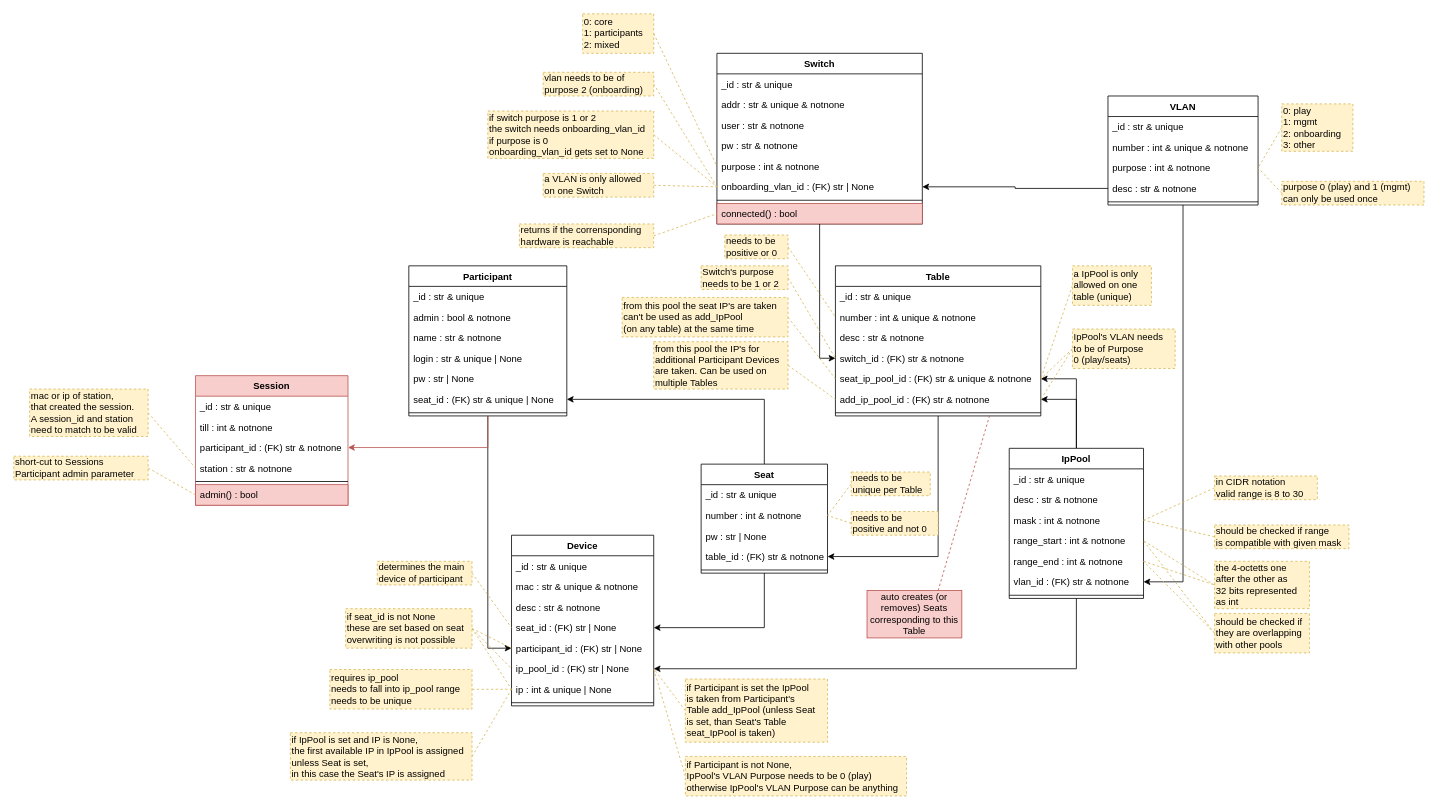
nils-ost/LanPartyOnboardingSystem keeps this draw.io diagram as docs/elements_classes.drawio. Above is the earlier version. Source tidied: cells renumbered, new cells numbered last; positions are measured from the earlier drawing's top-left corner, leaving out a move shared by most shapes. Both pictures are drawn from the tidied source at 79%, with x=0, y=0 at pixel (13, 13).
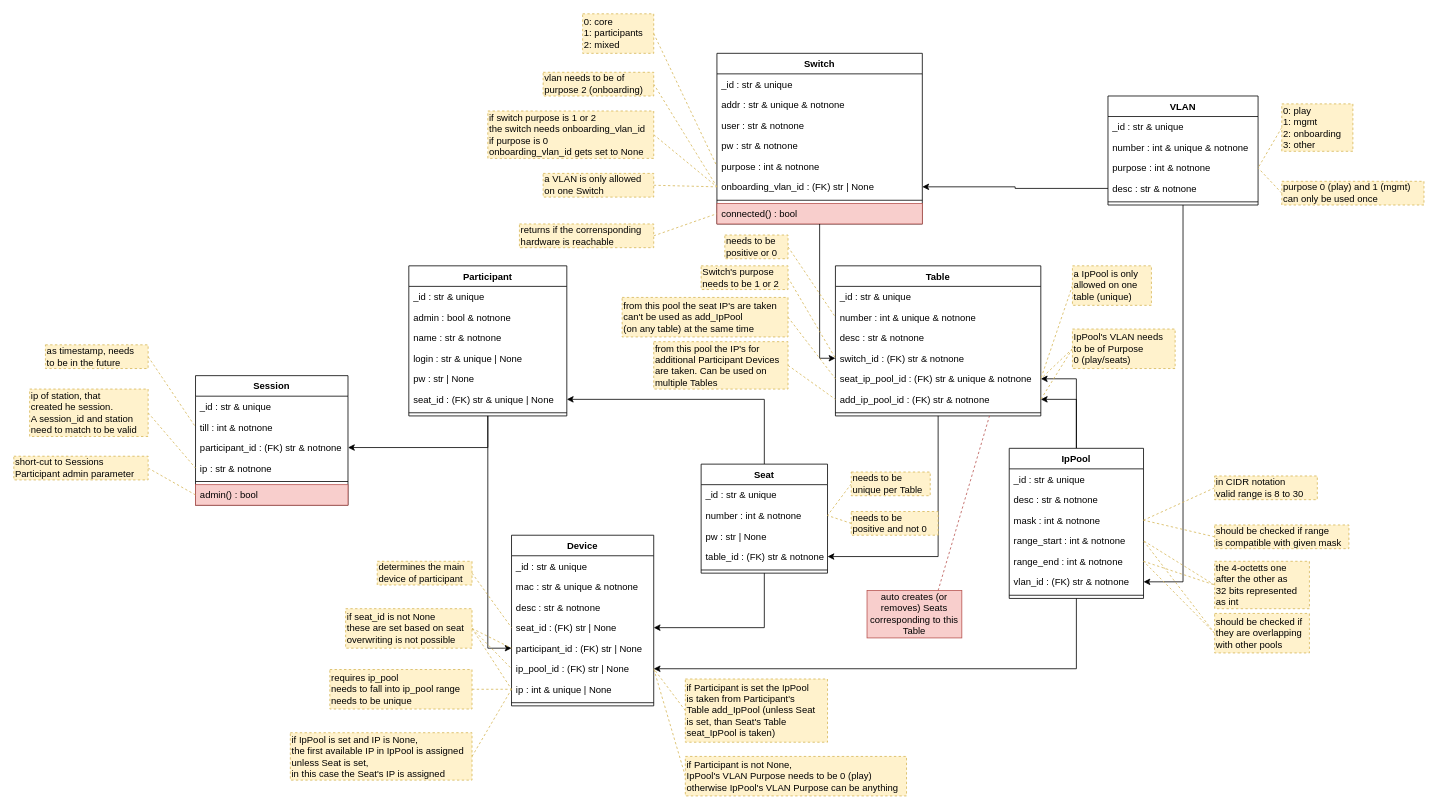
Above is the later version.

Commit message (it also covers changes not shown here):
implemented element Session

The change refers to these unchanged cells:
```xml
<mxCell id="53" value="Participant" style="swimlane;fontStyle=1;align=center;verticalAlign=top;horizontal=1;startSize=26;" parent="1" vertex="1">
  <mxGeometry x="500" y="319" width="200" height="190" as="geometry" />
</mxCell>
<mxCell id="79" value="till : int &amp; notnone" style="text;strokeColor=none;fillColor=none;align=left;verticalAlign=top;spacingLeft=4;spacingRight=4;overflow=hidden;points=[[0,0.5],[1,0.5]];portConstraint=eastwest;" parent="77" vertex="1">
  <mxGeometry y="52" width="193" height="26" as="geometry" />
</mxCell>
<mxCell id="80" value="participant_id : (FK) str &amp; notnone" style="text;strokeColor=none;fillColor=none;align=left;verticalAlign=top;spacingLeft=4;spacingRight=4;overflow=hidden;points=[[0,0.5],[1,0.5]];portConstraint=eastwest;" parent="77" vertex="1">
  <mxGeometry y="78" width="193" height="26" as="geometry" />
</mxCell>
```

The edit, as a diff of the source:
```diff
@@
-    <mxCell id="77" value="Session" style="swimlane;fontStyle=1;align=center;verticalAlign=top;horizontal=1;startSize=26;fillColor=#f8cecc;strokeColor=#b85450;" parent="1" vertex="1">
+    <mxCell id="77" value="Session" style="swimlane;fontStyle=1;align=center;verticalAlign=top;horizontal=1;startSize=26;" parent="1" vertex="1">
       <mxGeometry x="230" y="458" width="193" height="164" as="geometry" />
     </mxCell>
@@
-    <mxCell id="81" value="station : str &amp; notnone" style="text;strokeColor=none;fillColor=none;align=left;verticalAlign=top;spacingLeft=4;spacingRight=4;overflow=hidden;points=[[0,0.5],[1,0.5]];portConstraint=eastwest;" parent="77" vertex="1">
+    <mxCell id="81" value="ip : str &amp; notnone" style="text;strokeColor=none;fillColor=none;align=left;verticalAlign=top;spacingLeft=4;spacingRight=4;overflow=hidden;points=[[0,0.5],[1,0.5]];portConstraint=eastwest;" parent="77" vertex="1">
       <mxGeometry y="104" width="193" height="26" as="geometry" />
     </mxCell>
@@
-    <mxCell id="85" value="mac or ip of station,&lt;br&gt;that created the session.&lt;br&gt;A session_id and station&lt;br&gt;need to match to be valid" style="rounded=0;whiteSpace=wrap;html=1;fillColor=#fff2cc;strokeColor=#d6b656;dashed=1;align=left;verticalAlign=middle;horizontal=1;labelPosition=center;verticalLabelPosition=middle;" parent="1" vertex="1">
+    <mxCell id="85" value="ip of station, that&lt;br&gt;created he session.&lt;br&gt;A session_id and station&lt;br&gt;need to match to be valid" style="rounded=0;whiteSpace=wrap;html=1;fillColor=#fff2cc;strokeColor=#d6b656;dashed=1;align=left;verticalAlign=middle;horizontal=1;labelPosition=center;verticalLabelPosition=middle;" parent="1" vertex="1">
       <mxGeometry x="20" y="475" width="150" height="60" as="geometry" />
     </mxCell>
-    <mxCell id="86" style="edgeStyle=orthogonalEdgeStyle;rounded=0;jettySize=auto;html=1;fillColor=#f8cecc;strokeColor=#b85450;" parent="1" edge="1" source="53" target="80">
+    <mxCell id="86" style="edgeStyle=orthogonalEdgeStyle;rounded=0;jettySize=auto;html=1;" parent="1" edge="1" source="53" target="80">
       <mxGeometry relative="1" as="geometry" />
     </mxCell>
@@
+    <mxCell id="135" style="rounded=0;jettySize=auto;html=1;exitX=1;exitY=0.5;exitDx=0;exitDy=0;dashed=1;endArrow=none;endFill=0;fillColor=#fff2cc;strokeColor=#d6b656;entryX=0;entryY=0.5;entryDx=0;entryDy=0;" parent="1" edge="1" source="136" target="79">
+      <mxGeometry relative="1" as="geometry" />
+    </mxCell>
+    <mxCell id="136" value="as timestamp, needs&lt;br&gt;to be in the future" style="rounded=0;whiteSpace=wrap;html=1;fillColor=#fff2cc;strokeColor=#d6b656;dashed=1;align=left;verticalAlign=middle;horizontal=1;labelPosition=center;verticalLabelPosition=middle;" parent="1" vertex="1">
+      <mxGeometry x="40" y="419" width="130" height="30" as="geometry" />
+    </mxCell>
```
